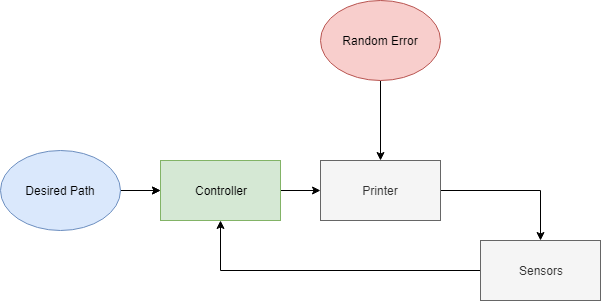
The draw.io diagram diagrams/data_flow.png in jrobinson888/printwiz5000, before a commit. Source tidied: cells renumbered, new cells last; positions are measured from the earlier drawing's top-left corner, leaving out a move shared by most shapes. The source it was exported from:
```xml
<mxGraphModel>
  <root>
    <mxCell id="0" />
    <mxCell id="1" parent="0" />
    <mxCell id="2" style="edgeStyle=orthogonalEdgeStyle;rounded=0;jettySize=auto;html=1;exitX=1;exitY=0.5;exitDx=0;exitDy=0;" parent="1" edge="1" source="3" target="7">
      <mxGeometry relative="1" as="geometry" />
    </mxCell>
    <mxCell id="3" value="Controller" style="rounded=0;whiteSpace=wrap;html=1;fillColor=#d5e8d4;strokeColor=#82b366;" parent="1" vertex="1">
      <mxGeometry x="160" y="160" width="120" height="60" as="geometry" />
    </mxCell>
    <mxCell id="4" style="edgeStyle=orthogonalEdgeStyle;rounded=0;jettySize=auto;html=1;entryX=0;entryY=0.5;entryDx=0;entryDy=0;" parent="1" edge="1" target="3">
      <mxGeometry relative="1" as="geometry">
        <mxPoint x="120" y="190" as="sourcePoint" />
      </mxGeometry>
    </mxCell>
    <mxCell id="5" style="edgeStyle=orthogonalEdgeStyle;rounded=0;jettySize=auto;html=1;" parent="1" edge="1" source="10" target="7">
      <mxGeometry relative="1" as="geometry" />
    </mxCell>
    <mxCell id="6" style="edgeStyle=orthogonalEdgeStyle;rounded=0;jettySize=auto;html=1;" parent="1" edge="1" source="7" target="9">
      <mxGeometry relative="1" as="geometry" />
    </mxCell>
    <mxCell id="7" value="Printer" style="rounded=0;whiteSpace=wrap;html=1;fillColor=#f5f5f5;strokeColor=#666666;fontColor=#333333;" parent="1" vertex="1">
      <mxGeometry x="320" y="160" width="120" height="60" as="geometry" />
    </mxCell>
    <mxCell id="8" style="edgeStyle=orthogonalEdgeStyle;rounded=0;jettySize=auto;html=1;" parent="1" edge="1" source="9" target="3">
      <mxGeometry relative="1" as="geometry" />
    </mxCell>
    <mxCell id="9" value="Sensors" style="rounded=0;whiteSpace=wrap;html=1;fillColor=#f5f5f5;strokeColor=#666666;fontColor=#333333;" parent="1" vertex="1">
      <mxGeometry x="480" y="240" width="120" height="60" as="geometry" />
    </mxCell>
    <mxCell id="10" value="Random Error" style="ellipse;whiteSpace=wrap;html=1;fillColor=#f8cecc;strokeColor=#b85450;" parent="1" vertex="1">
      <mxGeometry x="320" width="120" height="80" as="geometry" />
    </mxCell>
    <mxCell id="11" style="edgeStyle=orthogonalEdgeStyle;rounded=0;jettySize=auto;html=1;" parent="1" edge="1" source="12" target="3">
      <mxGeometry relative="1" as="geometry" />
    </mxCell>
    <mxCell id="12" value="Desired Path" style="ellipse;whiteSpace=wrap;html=1;fillColor=#dae8fc;strokeColor=#6c8ebf;" parent="1" vertex="1">
      <mxGeometry y="150" width="120" height="80" as="geometry" />
    </mxCell>
  </root>
</mxGraphModel>
```
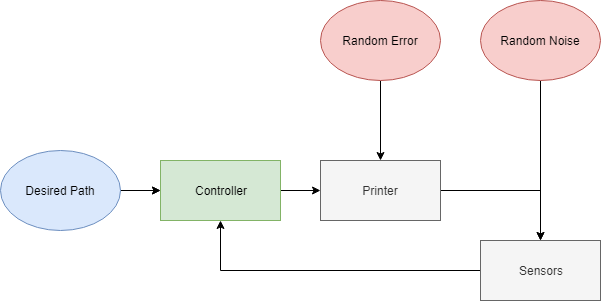
The same diagram one commit later.

What changed in the source:
```diff
@@ -37,5 +37,11 @@
     <mxCell id="12" value="Desired Path" style="ellipse;whiteSpace=wrap;html=1;fillColor=#dae8fc;strokeColor=#6c8ebf;" parent="1" vertex="1">
       <mxGeometry y="150" width="120" height="80" as="geometry" />
     </mxCell>
+    <mxCell id="13" style="edgeStyle=orthogonalEdgeStyle;rounded=0;jettySize=auto;html=1;" parent="1" edge="1" source="14" target="9">
+      <mxGeometry relative="1" as="geometry" />
+    </mxCell>
+    <mxCell id="14" value="Random Noise" style="ellipse;whiteSpace=wrap;html=1;fillColor=#f8cecc;strokeColor=#b85450;" parent="1" vertex="1">
+      <mxGeometry x="480" width="120" height="80" as="geometry" />
+    </mxCell>
   </root>
 </mxGraphModel>
```
